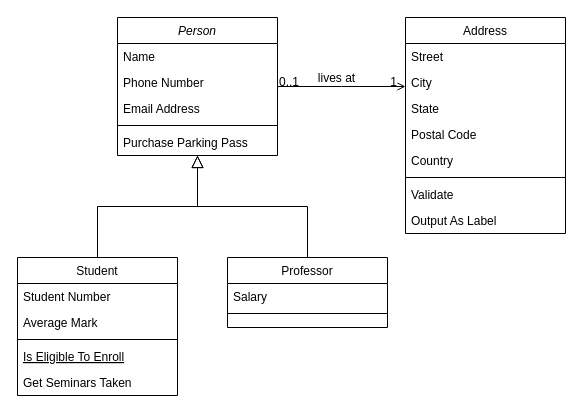
This is page ".1" (1 of 2) of Ejercicio9.drawio from andmansim/introduccion_algoritmica, a draw.io file, before an edit. Source tidied: cells renumbered, new cells numbered last; positions are measured from the earlier drawing's top-left corner, leaving out a move shared by most shapes. Both pictures are drawn from the tidied source at 100%, with x=0, y=0 at pixel (17, 17).
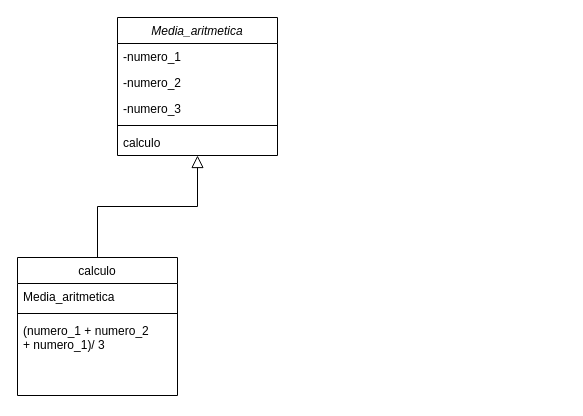
Above is the later version.

The edit, as a diff of the source:
```diff
@@
-    <mxCell id="2" value="Person" style="swimlane;fontStyle=2;align=center;verticalAlign=top;horizontal=1;startSize=26;rounded=0;shadow=0;strokeWidth=1;" parent="1" vertex="1">
+    <mxCell id="2" value="Media_aritmetica" style="swimlane;fontStyle=2;align=center;verticalAlign=top;horizontal=1;startSize=26;rounded=0;shadow=0;strokeWidth=1;" parent="1" vertex="1">
       <mxGeometry x="100" width="160" height="138" as="geometry" />
     </mxCell>
-    <mxCell id="3" value="Name" style="text;align=left;verticalAlign=top;spacingLeft=4;spacingRight=4;overflow=hidden;" parent="2" vertex="1">
+    <mxCell id="3" value="-numero_1" style="text;align=left;verticalAlign=top;spacingLeft=4;spacingRight=4;overflow=hidden;" parent="2" vertex="1">
       <mxGeometry y="26" width="160" height="26" as="geometry" />
     </mxCell>
-    <mxCell id="4" value="Phone Number" style="text;align=left;verticalAlign=top;spacingLeft=4;spacingRight=4;overflow=hidden;rounded=0;shadow=0;html=0;" parent="2" vertex="1">
+    <mxCell id="4" value="-numero_2" style="text;align=left;verticalAlign=top;spacingLeft=4;spacingRight=4;overflow=hidden;rounded=0;shadow=0;html=0;" parent="2" vertex="1">
       <mxGeometry y="52" width="160" height="26" as="geometry" />
     </mxCell>
-    <mxCell id="5" value="Email Address" style="text;align=left;verticalAlign=top;spacingLeft=4;spacingRight=4;overflow=hidden;rounded=0;shadow=0;html=0;" parent="2" vertex="1">
+    <mxCell id="5" value="-numero_3" style="text;align=left;verticalAlign=top;spacingLeft=4;spacingRight=4;overflow=hidden;rounded=0;shadow=0;html=0;" parent="2" vertex="1">
       <mxGeometry y="78" width="160" height="26" as="geometry" />
     </mxCell>
@@
-    <mxCell id="7" value="Purchase Parking Pass" style="text;align=left;verticalAlign=top;spacingLeft=4;spacingRight=4;overflow=hidden;" parent="2" vertex="1">
+    <mxCell id="7" value="calculo" style="text;align=left;verticalAlign=top;spacingLeft=4;spacingRight=4;overflow=hidden;" parent="2" vertex="1">
       <mxGeometry y="112" width="160" height="26" as="geometry" />
     </mxCell>
-    <mxCell id="8" value="Student" style="swimlane;fontStyle=0;align=center;verticalAlign=top;horizontal=1;startSize=26;rounded=0;shadow=0;strokeWidth=1;" parent="1" vertex="1">
+    <mxCell id="8" value="calculo" style="swimlane;fontStyle=0;align=center;verticalAlign=top;horizontal=1;startSize=26;rounded=0;shadow=0;strokeWidth=1;" parent="1" vertex="1">
       <mxGeometry y="240" width="160" height="138" as="geometry" />
     </mxCell>
-    <mxCell id="9" value="Student Number" style="text;align=left;verticalAlign=top;spacingLeft=4;spacingRight=4;overflow=hidden;" parent="8" vertex="1">
+    <mxCell id="9" value="Media_aritmetica" style="text;align=left;verticalAlign=top;spacingLeft=4;spacingRight=4;overflow=hidden;" parent="8" vertex="1">
       <mxGeometry y="26" width="160" height="26" as="geometry" />
     </mxCell>
-    <mxCell id="10" value="Average Mark" style="text;align=left;verticalAlign=top;spacingLeft=4;spacingRight=4;overflow=hidden;rounded=0;shadow=0;html=0;" parent="8" vertex="1">
-      <mxGeometry y="52" width="160" height="26" as="geometry" />
-    </mxCell>
     <mxCell id="11" style="line;html=1;strokeWidth=1;align=left;verticalAlign=middle;spacingTop=-1;spacingLeft=3;spacingRight=3;labelPosition=right;" parent="8" vertex="1">
-      <mxGeometry y="78" width="160" height="8" as="geometry" />
+      <mxGeometry y="52" width="160" height="8" as="geometry" />
     </mxCell>
-    <mxCell id="12" value="Is Eligible To Enroll" style="text;align=left;verticalAlign=top;spacingLeft=4;spacingRight=4;overflow=hidden;fontStyle=4;" parent="8" vertex="1">
-      <mxGeometry y="86" width="160" height="26" as="geometry" />
+    <mxCell id="12" value="(numero_1 + numero_2 &#10;+ numero_1)/ 3" style="text;align=left;verticalAlign=top;spacingLeft=4;spacingRight=4;overflow=hidden;fontStyle=0;" parent="8" vertex="1">
+      <mxGeometry y="60" width="160" height="60" as="geometry" />
     </mxCell>
-    <mxCell id="13" value="Get Seminars Taken" style="text;align=left;verticalAlign=top;spacingLeft=4;spacingRight=4;overflow=hidden;" parent="8" vertex="1">
-      <mxGeometry y="112" width="160" height="26" as="geometry" />
-    </mxCell>
@@
-    <mxCell id="15" value="Professor" style="swimlane;fontStyle=0;align=center;verticalAlign=top;horizontal=1;startSize=26;rounded=0;shadow=0;strokeWidth=1;" parent="1" vertex="1">
-      <mxGeometry x="210" y="240" width="160" height="70" as="geometry" />
-    </mxCell>
-    <mxCell id="16" value="Salary" style="text;align=left;verticalAlign=top;spacingLeft=4;spacingRight=4;overflow=hidden;" parent="15" vertex="1">
-      <mxGeometry y="26" width="160" height="26" as="geometry" />
-    </mxCell>
-    <mxCell id="17" style="line;html=1;strokeWidth=1;align=left;verticalAlign=middle;spacingTop=-1;spacingLeft=3;spacingRight=3;labelPosition=right;" parent="15" vertex="1">
-      <mxGeometry y="52" width="160" height="8" as="geometry" />
-    </mxCell>
-    <mxCell id="18" style="endArrow=block;endSize=10;endFill=0;shadow=0;strokeWidth=1;rounded=0;edgeStyle=elbowEdgeStyle;elbow=vertical;" parent="1" edge="1" source="15" target="2">
-      <mxGeometry relative="1" as="geometry" />
-    </mxCell>
-    <mxCell id="19" value="Address" style="swimlane;fontStyle=0;align=center;verticalAlign=top;horizontal=1;startSize=26;rounded=0;shadow=0;strokeWidth=1;" parent="1" vertex="1">
-      <mxGeometry x="388" width="160" height="216" as="geometry" />
-    </mxCell>
-    <mxCell id="20" value="Street" style="text;align=left;verticalAlign=top;spacingLeft=4;spacingRight=4;overflow=hidden;" parent="19" vertex="1">
-      <mxGeometry y="26" width="160" height="26" as="geometry" />
-    </mxCell>
-    <mxCell id="21" value="City" style="text;align=left;verticalAlign=top;spacingLeft=4;spacingRight=4;overflow=hidden;rounded=0;shadow=0;html=0;" parent="19" vertex="1">
-      <mxGeometry y="52" width="160" height="26" as="geometry" />
-    </mxCell>
-    <mxCell id="22" value="State" style="text;align=left;verticalAlign=top;spacingLeft=4;spacingRight=4;overflow=hidden;rounded=0;shadow=0;html=0;" parent="19" vertex="1">
-      <mxGeometry y="78" width="160" height="26" as="geometry" />
-    </mxCell>
-    <mxCell id="23" value="Postal Code" style="text;align=left;verticalAlign=top;spacingLeft=4;spacingRight=4;overflow=hidden;rounded=0;shadow=0;html=0;" parent="19" vertex="1">
-      <mxGeometry y="104" width="160" height="26" as="geometry" />
-    </mxCell>
-    <mxCell id="24" value="Country" style="text;align=left;verticalAlign=top;spacingLeft=4;spacingRight=4;overflow=hidden;rounded=0;shadow=0;html=0;" parent="19" vertex="1">
-      <mxGeometry y="130" width="160" height="26" as="geometry" />
-    </mxCell>
-    <mxCell id="25" style="line;html=1;strokeWidth=1;align=left;verticalAlign=middle;spacingTop=-1;spacingLeft=3;spacingRight=3;labelPosition=right;" parent="19" vertex="1">
-      <mxGeometry y="156" width="160" height="8" as="geometry" />
-    </mxCell>
-    <mxCell id="26" value="Validate" style="text;align=left;verticalAlign=top;spacingLeft=4;spacingRight=4;overflow=hidden;" parent="19" vertex="1">
-      <mxGeometry y="164" width="160" height="26" as="geometry" />
-    </mxCell>
-    <mxCell id="27" value="Output As Label" style="text;align=left;verticalAlign=top;spacingLeft=4;spacingRight=4;overflow=hidden;" parent="19" vertex="1">
-      <mxGeometry y="190" width="160" height="26" as="geometry" />
-    </mxCell>
-    <mxCell id="28" style="endArrow=open;shadow=0;strokeWidth=1;rounded=0;endFill=1;edgeStyle=elbowEdgeStyle;elbow=vertical;" parent="1" edge="1" source="2" target="19">
-      <mxGeometry x="0.5" y="41" relative="1" as="geometry">
-        <mxPoint x="-40" y="32" as="offset" />
-      </mxGeometry>
-    </mxCell>
-    <mxCell id="29" value="0..1" style="align=left;verticalAlign=bottom;labelBackgroundColor=none;fontSize=12;" parent="28" vertex="1">
-      <mxGeometry x="-1" relative="1" as="geometry">
-        <mxPoint y="4" as="offset" />
-      </mxGeometry>
-    </mxCell>
-    <mxCell id="30" value="1" style="align=right;verticalAlign=bottom;labelBackgroundColor=none;fontSize=12;" parent="28" vertex="1">
-      <mxGeometry x="1" relative="1" as="geometry">
-        <mxPoint x="-7" y="4" as="offset" />
-      </mxGeometry>
-    </mxCell>
-    <mxCell id="31" value="lives at" style="text;html=1;align=center;verticalAlign=middle;labelBackgroundColor=none;rounded=0;shadow=0;strokeWidth=1;fontSize=12;" parent="28" vertex="1">
-      <mxGeometry x="0.5" y="49" relative="1" as="geometry">
-        <mxPoint x="-38" y="40" as="offset" />
-      </mxGeometry>
-    </mxCell>
```
